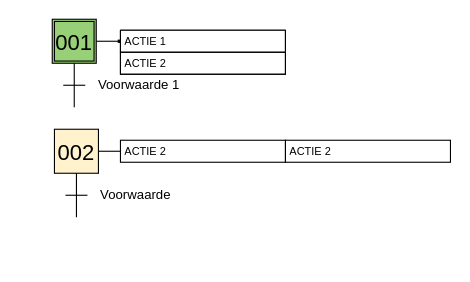
Above: PDCA5 (AUTOMATISATION-ERGONOMIE)/GRAFCET/Untitled Diagram.drawio in CharifMah/Systemes_automatises (draw.io), before the change. Source tidied: cells renumbered, new cells numbered last; positions are measured from the earlier drawing's top-left corner, leaving out a move shared by most shapes. Both pictures are drawn from the tidied source at 110%, with x=0, y=0 at pixel (52, 19).
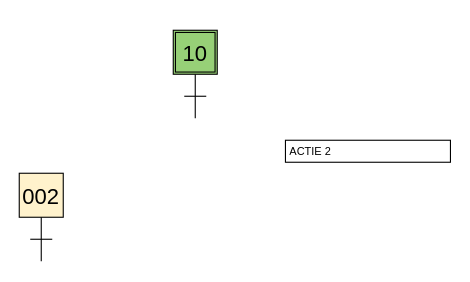
The same page after the edit.

What changed in the source:
```diff
@@
-    <mxCell id="2" style="group;" parent="1" vertex="1">
-      <mxGeometry width="212" height="80" as="geometry" />
-    </mxCell>
+    <mxCell id="14" style="group;" parent="1" vertex="1">
+      <mxGeometry x="2" y="100" width="360" height="80" as="geometry" />
+    </mxCell>
+    <mxCell id="22" value="ACTIE 2" style="text;html=1;fillColor=none;align=left;verticalAlign=middle;spacingLeft=4;spacingRight=4;whiteSpace=wrap;overflow=hidden;fontSize=10;spacing=0;strokeColor=#000000;" parent="14" vertex="1">
+      <mxGeometry x="210" y="10" width="150" height="20" as="geometry" />
+    </mxCell>
+    <mxCell id="23" style="group;" parent="1" vertex="1">
+      <mxGeometry x="110" y="10" width="40" height="80" as="geometry" />
+    </mxCell>
-    <mxCell id="3" style="rounded=0;whiteSpace=wrap;html=1;fontSize=20;align=center;fillColor=#97D077;" parent="2" vertex="1">
+    <mxCell id="3" style="rounded=0;whiteSpace=wrap;html=1;fontSize=20;align=center;fillColor=#97D077;" parent="23" vertex="1">
       <mxGeometry width="40" height="40" as="geometry" />
     </mxCell>
-    <mxCell id="4" value="001" style="rounded=0;whiteSpace=wrap;html=1;fontSize=20;align=center;gradientColor=#97d077;fillColor=none;imageWidth=20;imageHeight=20;" parent="2" vertex="1">
+    <mxCell id="4" value="10" style="rounded=0;whiteSpace=wrap;html=1;fontSize=20;align=center;gradientColor=#97d077;fillColor=none;imageWidth=20;imageHeight=20;" parent="23" vertex="1">
       <mxGeometry x="2" y="2" width="36" height="36" as="geometry" />
     </mxCell>
-    <mxCell id="5" style="endArrow=none;html=1;fontSize=12;rounded=0;" parent="2" edge="1">
-      <mxGeometry as="geometry">
+    <mxCell id="5" style="endArrow=none;html=1;fontSize=12;rounded=0;" parent="23" edge="1">
+      <mxGeometry x="150" y="250" as="geometry">
         <mxPoint x="10" y="60" as="sourcePoint" />
         <mxPoint x="30" y="60" as="targetPoint" />
       </mxGeometry>
     </mxCell>
-    <mxCell id="6" value="Voorwaarde 1" style="text;html=1;strokeColor=none;fillColor=none;align=left;verticalAlign=middle;rounded=0;fontSize=12;" parent="2" vertex="1">
-      <mxGeometry x="40" y="50" width="40" height="20" as="geometry" />
-    </mxCell>
-    <mxCell id="7" style="edgeStyle=none;rounded=0;jettySize=auto;html=1;exitX=0.5;exitY=1;exitDx=0;exitDy=0;endArrow=none;endFill=0;fontSize=12;" parent="2" edge="1" source="3">
-      <mxGeometry as="geometry">
+    <mxCell id="7" style="edgeStyle=none;rounded=0;jettySize=auto;html=1;exitX=0.5;exitY=1;exitDx=0;exitDy=0;endArrow=none;endFill=0;fontSize=12;" parent="23" edge="1" source="3">
+      <mxGeometry x="150" y="250" as="geometry">
         <mxPoint x="20" y="80" as="targetPoint" />
       </mxGeometry>
     </mxCell>
-    <mxCell id="8" style="endArrow=none;html=1;fontSize=12;exitX=1;exitY=0.5;exitDx=0;exitDy=0;entryX=0;entryY=0.5;entryDx=0;entryDy=0;rounded=0;" parent="2" edge="1" source="3" target="13">
-      <mxGeometry x="40" y="-70" as="geometry" />
-    </mxCell>
-    <mxCell id="9" style="group;" parent="2" vertex="1">
-      <mxGeometry x="60" y="10" width="152" height="40" as="geometry" />
-    </mxCell>
-    <mxCell id="10" value="ACTIE" style="swimlane;html=1;fontStyle=1;align=left;verticalAlign=middle;horizontal=1;startSize=0;swimlaneFillColor=#ffffff;rounded=0;shadow=0;comic=0;labelBackgroundColor=none;strokeWidth=1;fillColor=none;fontFamily=Verdana;fontSize=10;swimlaneLine=1;movableLabel=1;noLabel=1;glass=0;sketch=0;spacing=0;spacingTop=0;spacingLeft=5;labelPosition=center;verticalLabelPosition=middle;" parent="9" vertex="1">
-      <mxGeometry x="2" width="150" height="40" as="geometry" />
-    </mxCell>
-    <mxCell id="11" value="ACTIE 1" style="text;html=1;fillColor=none;align=left;verticalAlign=middle;spacingLeft=4;spacingRight=4;whiteSpace=wrap;overflow=hidden;fontSize=10;spacing=0;strokeColor=#000000;" parent="10" vertex="1">
-      <mxGeometry width="150" height="20" as="geometry" />
-    </mxCell>
-    <mxCell id="12" value="ACTIE 2" style="text;html=1;fillColor=none;align=left;verticalAlign=middle;spacingLeft=4;spacingRight=4;whiteSpace=wrap;overflow=hidden;fontSize=10;spacing=0;strokeColor=#000000;" parent="10" vertex="1">
-      <mxGeometry y="20" width="150" height="20" as="geometry" />
-    </mxCell>
-    <mxCell id="13" style="rounded=0;whiteSpace=wrap;html=1;startSize=20;strokeColor=#000000;strokeWidth=1;fillColor=#000000;" parent="9" vertex="1">
-      <mxGeometry y="9" width="2" height="2" as="geometry" />
-    </mxCell>
-    <mxCell id="14" style="group;" parent="1" vertex="1">
-      <mxGeometry x="2" y="100" width="360" height="80" as="geometry" />
-    </mxCell>
-    <mxCell id="15" style="group;" parent="14" vertex="1">
-      <mxGeometry width="210" height="80" as="geometry" />
-    </mxCell>
+    <mxCell id="24" style="group;" parent="1" vertex="1">
+      <mxGeometry x="-30" y="140" width="40" height="80" as="geometry" />
+    </mxCell>
-    <mxCell id="16" value="002" style="rounded=0;whiteSpace=wrap;html=1;fontSize=20;align=center;fillColor=#fff2cc;startSize=20;strokeColor=#000000;" parent="15" vertex="1">
+    <mxCell id="16" value="002" style="rounded=0;whiteSpace=wrap;html=1;fontSize=20;align=center;fillColor=#fff2cc;startSize=20;strokeColor=#000000;" parent="24" vertex="1">
       <mxGeometry width="40" height="40" as="geometry" />
     </mxCell>
-    <mxCell id="17" style="endArrow=none;html=1;fontSize=12;rounded=0;" parent="15" edge="1">
-      <mxGeometry as="geometry">
+    <mxCell id="17" style="endArrow=none;html=1;fontSize=12;rounded=0;" parent="24" edge="1">
+      <mxGeometry x="152" y="350" as="geometry">
         <mxPoint x="10" y="60" as="sourcePoint" />
         <mxPoint x="30" y="60" as="targetPoint" />
       </mxGeometry>
     </mxCell>
-    <mxCell id="18" value="Voorwaarde" style="text;html=1;strokeColor=none;fillColor=none;align=left;verticalAlign=middle;rounded=0;fontSize=12;startSize=20;" parent="15" vertex="1">
-      <mxGeometry x="40" y="50" width="40" height="20" as="geometry" />
-    </mxCell>
-    <mxCell id="19" style="edgeStyle=none;rounded=0;jettySize=auto;html=1;exitX=0.5;exitY=1;exitDx=0;exitDy=0;endArrow=none;endFill=0;fontSize=12;" parent="15" edge="1" source="16">
-      <mxGeometry as="geometry">
+    <mxCell id="19" style="edgeStyle=none;rounded=0;jettySize=auto;html=1;exitX=0.5;exitY=1;exitDx=0;exitDy=0;endArrow=none;endFill=0;fontSize=12;" parent="24" edge="1" source="16">
+      <mxGeometry x="152" y="350" as="geometry">
         <mxPoint x="20" y="80" as="targetPoint" />
       </mxGeometry>
     </mxCell>
-    <mxCell id="20" style="edgeStyle=none;rounded=0;jettySize=auto;html=1;exitX=1;exitY=0.5;exitDx=0;exitDy=0;fontSize=12;endArrow=none;endFill=0;entryX=0;entryY=0.5;entryDx=0;entryDy=0;" parent="15" edge="1" source="16" target="21">
-      <mxGeometry as="geometry">
-        <Array as="points">
-          <mxPoint x="48" y="20" />
-        </Array>
-      </mxGeometry>
-    </mxCell>
-    <mxCell id="21" value="ACTIE 2" style="text;html=1;fillColor=none;align=left;verticalAlign=middle;spacingLeft=4;spacingRight=4;whiteSpace=wrap;overflow=hidden;points=[[0,0.5],[1,0.5]];portConstraint=eastwest;fontSize=10;spacing=0;strokeColor=#000000;" parent="15" vertex="1">
-      <mxGeometry x="60" y="10" width="150" height="20" as="geometry" />
-    </mxCell>
-    <mxCell id="22" value="ACTIE 2" style="text;html=1;fillColor=none;align=left;verticalAlign=middle;spacingLeft=4;spacingRight=4;whiteSpace=wrap;overflow=hidden;fontSize=10;spacing=0;strokeColor=#000000;" parent="14" vertex="1">
-      <mxGeometry x="210" y="10" width="150" height="20" as="geometry" />
-    </mxCell>
```
